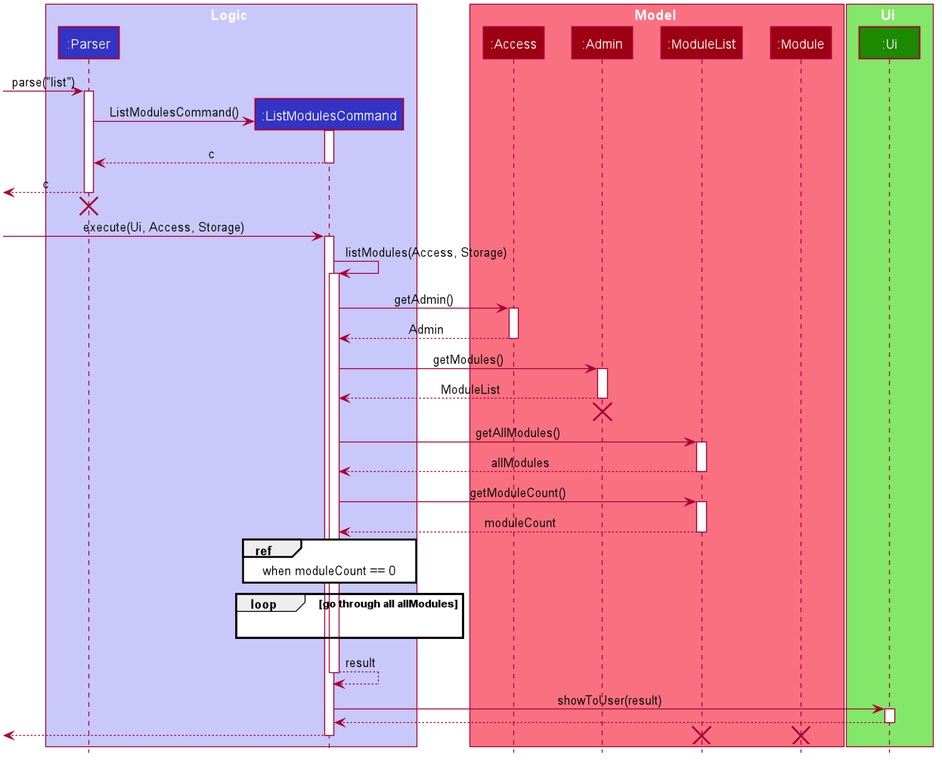
The PlantUML diagram docs/UML/listmod_seq_diagram.png in nus-cs2113-AY2021S1/tp, before a commit.
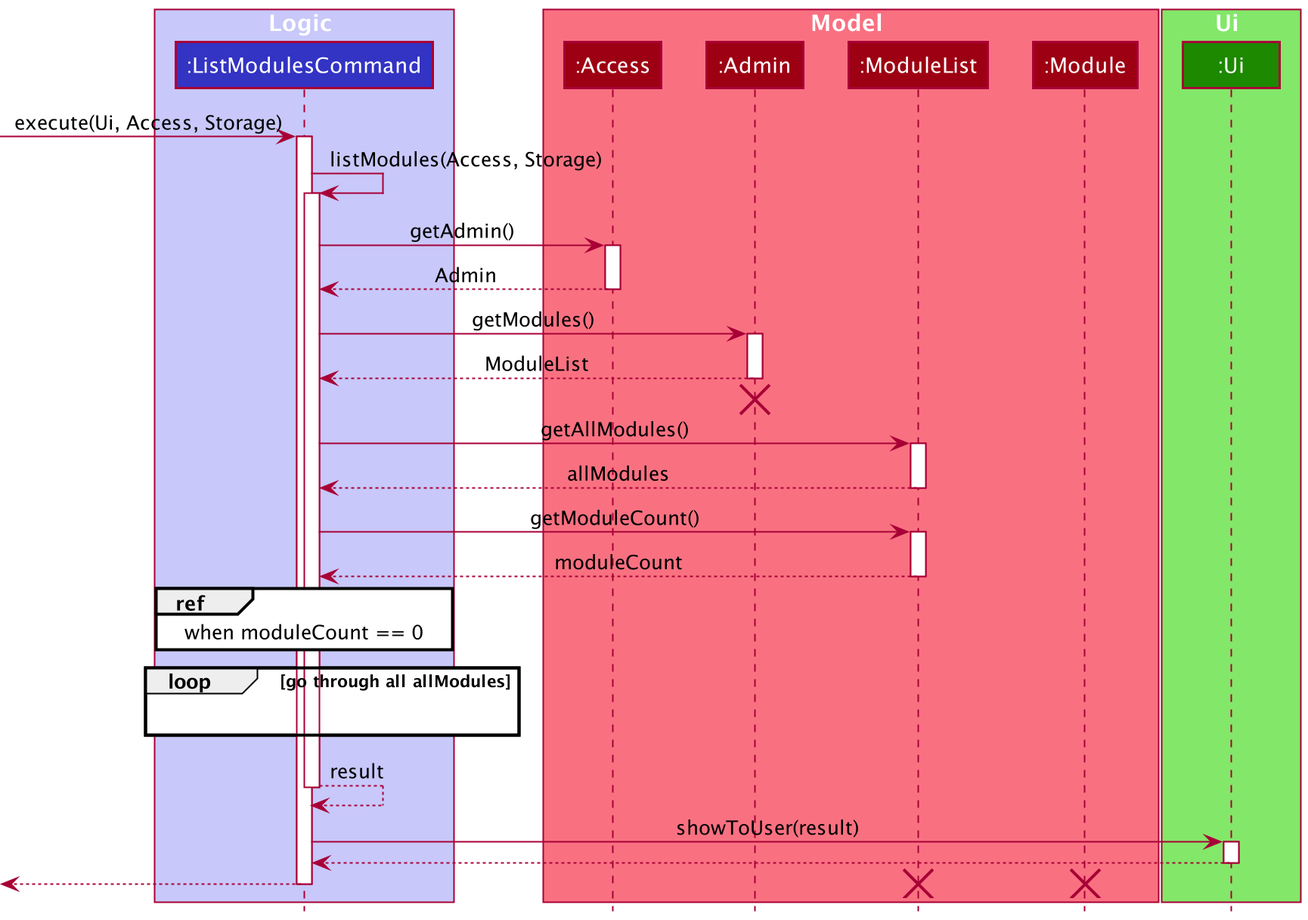
The same diagram one commit later.

Commit message:
updated sequence diagram

The edit, as a diff of the source:
```diff
@@ -1,85 +1,20 @@
 @startuml
+!include style.puml
 
-
-
-
-
-
-
-
-skinparam BackgroundColor #FFFFFFF
-
-skinparam Shadowing false
-
-skinparam Class {
-    FontColor #FFFFFF
-    BorderThickness 1
-    BorderColor #FFFFFF
-    StereotypeFontColor #FFFFFF
-    FontName Arial
-}
-
-skinparam Actor {
-    BorderColor #000000
-    Color #000000
-    FontName Arial
-}
-
-skinparam Sequence {
-    MessageAlign center
-    BoxFontSize 15
-    BoxPadding 0
-    BoxFontColor #FFFFFF
-    FontName Arial
-}
-
-skinparam Participant {
-    FontColor #FFFFFFF
-    Padding 20
-}
-
-skinparam MinClassWidth 50
-skinparam ParticipantPadding 10
-skinparam Shadowing false
-skinparam DefaultTextAlignment center
-skinparam packageStyle Rectangle
-skinparam classAttributeIconSize 0
-skinparam classAttributeFontColor white
-
-hide footbox
-hide members
-hide circle
-
-box Logic #C8C8FA
-participant ":Parser" as Parser #3333C4
-participant ":ListModulesCommand" as ListModulesCommand #3333C4
+box Logic LOGIC_COLOR_T1
+participant ":ListModulesCommand" as ListModulesCommand LOGIC_COLOR
 end box
 
-box Model #F97181
-participant ":Access" as Access #9D0012
-participant ":Admin" as Admin #9D0012
-participant ":ModuleList" as ModuleList #9D0012
-participant ":Module" as Module #9D0012
+box Model MODEL_COLOR_T1
+participant ":Access" as Access MODEL_COLOR
+participant ":Admin" as Admin MODEL_COLOR
+participant ":ModuleList" as ModuleList MODEL_COLOR
+participant ":Module" as Module MODEL_COLOR
 end box
 
-box Ui #83E769
-participant ":Ui" as Ui #1D8900
+box Ui UI_COLOR_T1
+participant ":Ui" as Ui UI_COLOR
 end box
-
-[-> Parser : parse("list")
-activate Parser
-
-create ListModulesCommand
-Parser -> ListModulesCommand : ListModulesCommand()
-activate ListModulesCommand
-
-ListModulesCommand --> Parser : c
-deactivate ListModulesCommand
-
-[<-- Parser : c
-deactivate Parser
-[<-[hidden]- Parser
-destroy Parser
 
 [-> ListModulesCommand : execute(Ui, Access, Storage)
 activate ListModulesCommand
```
